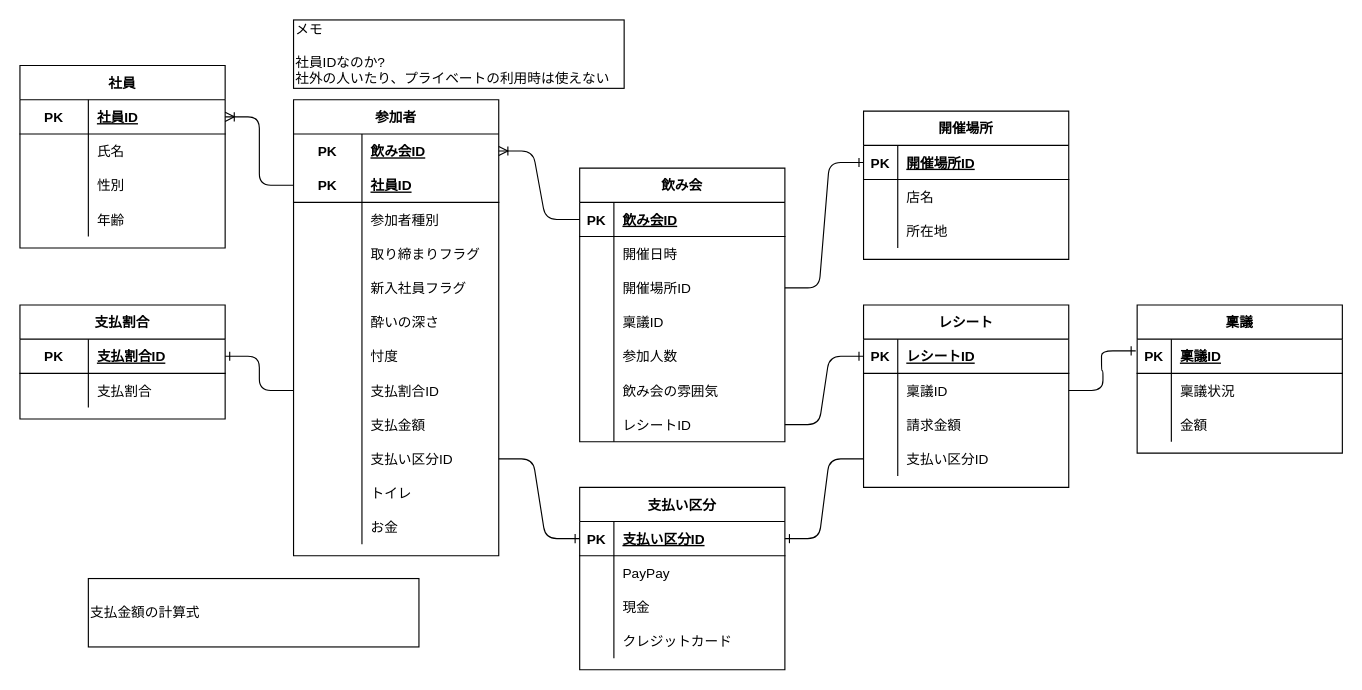
Above: domain_model_nakagawa.drawio in j5ik2o/warikan-domain-java (draw.io), before the change. Source tidied: cells renumbered, new cells numbered last; positions are measured from the earlier drawing's top-left corner, leaving out a move shared by most shapes. Both pictures are drawn from the tidied source at 114%, with x=0, y=0 at pixel (19, 19).
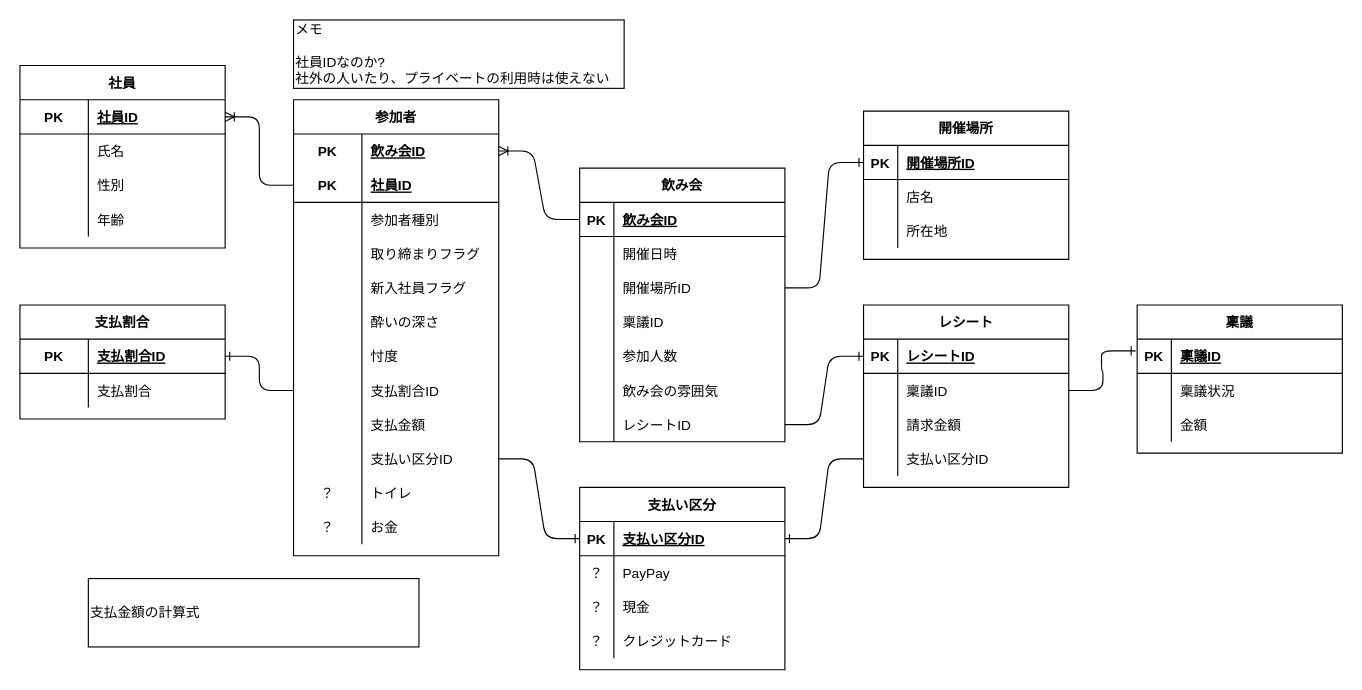
After the change.

Unchanged cells that the change refers to:
```xml
<mxCell id="75" style="shape=partialRectangle;fillColor=none;top=0;left=0;bottom=0;right=0;fontFamily=Helvetica;fontSize=12;fontColor=default;strokeColor=default;" parent="44" vertex="1">
  <mxGeometry y="330" width="180" height="30" as="geometry" />
</mxCell>
<mxCell id="78" style="shape=partialRectangle;fillColor=none;top=0;left=0;bottom=0;right=0;fontFamily=Helvetica;fontSize=12;fontColor=default;strokeColor=default;" parent="44" vertex="1">
  <mxGeometry y="360" width="180" height="30" as="geometry" />
</mxCell>
<mxCell id="126" style="shape=partialRectangle;fillColor=none;top=0;left=0;bottom=0;right=0;" parent="122" vertex="1">
  <mxGeometry y="60" width="180" height="30" as="geometry" />
</mxCell>
<mxCell id="129" style="shape=partialRectangle;fillColor=none;top=0;left=0;bottom=0;right=0;" parent="122" vertex="1">
  <mxGeometry y="90" width="180" height="30" as="geometry" />
</mxCell>
<mxCell id="132" style="shape=partialRectangle;fillColor=none;top=0;left=0;bottom=0;right=0;" parent="122" vertex="1">
  <mxGeometry y="120" width="180" height="30" as="geometry" />
</mxCell>
```

Change to the diagram source:
```diff
@@
-    <mxCell id="76" style="shape=partialRectangle;fillColor=none;top=0;left=0;bottom=0;right=0;overflow=hidden;fontFamily=Helvetica;fontSize=12;fontColor=default;strokeColor=default;" parent="75" vertex="1">
+    <mxCell id="76" value="？" style="shape=partialRectangle;fillColor=none;top=0;left=0;bottom=0;right=0;overflow=hidden;fontFamily=Helvetica;fontSize=12;fontColor=default;strokeColor=default;" parent="75" vertex="1">
       <mxGeometry width="60" height="30" as="geometry" />
     </mxCell>
@@
-    <mxCell id="79" style="shape=partialRectangle;fillColor=none;top=0;left=0;bottom=0;right=0;overflow=hidden;fontFamily=Helvetica;fontSize=12;fontColor=default;strokeColor=default;" parent="78" vertex="1">
+    <mxCell id="79" value="？" style="shape=partialRectangle;fillColor=none;top=0;left=0;bottom=0;right=0;overflow=hidden;fontFamily=Helvetica;fontSize=12;fontColor=default;strokeColor=default;" parent="78" vertex="1">
       <mxGeometry width="60" height="30" as="geometry" />
     </mxCell>
@@
-    <mxCell id="127" style="shape=partialRectangle;fillColor=none;top=0;left=0;bottom=0;right=0;overflow=hidden;" parent="126" vertex="1">
+    <mxCell id="127" value="？" style="shape=partialRectangle;fillColor=none;top=0;left=0;bottom=0;right=0;overflow=hidden;" parent="126" vertex="1">
       <mxGeometry width="30" height="30" as="geometry" />
     </mxCell>
@@
-    <mxCell id="130" style="shape=partialRectangle;fillColor=none;top=0;left=0;bottom=0;right=0;overflow=hidden;" parent="129" vertex="1">
+    <mxCell id="130" value="？" style="shape=partialRectangle;fillColor=none;top=0;left=0;bottom=0;right=0;overflow=hidden;" parent="129" vertex="1">
       <mxGeometry width="30" height="30" as="geometry" />
     </mxCell>
@@
-    <mxCell id="133" style="shape=partialRectangle;fillColor=none;top=0;left=0;bottom=0;right=0;overflow=hidden;" parent="132" vertex="1">
+    <mxCell id="133" value="？" style="shape=partialRectangle;fillColor=none;top=0;left=0;bottom=0;right=0;overflow=hidden;" parent="132" vertex="1">
       <mxGeometry width="30" height="30" as="geometry" />
     </mxCell>
```
